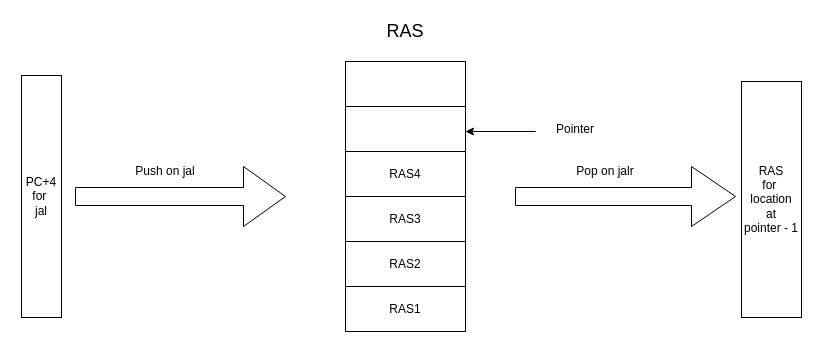
Before: ras.drawio in happy-lx/drawio, a draw.io diagram. Source tidied: cells renumbered, new cells numbered last; positions are measured from the earlier drawing's top-left corner, leaving out a move shared by most shapes. Both pictures are drawn from the tidied source at 100%, with x=0, y=0 at pixel (21, 21).
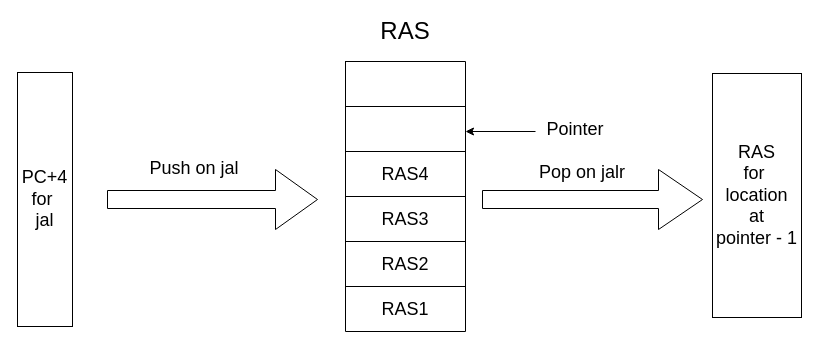
The same page after the edit.

Unchanged cells that the change refers to:
```xml
<mxCell id="7" style="shape=partialRectangle;html=1;whiteSpace=wrap;fillColor=none;top=0;left=0;bottom=0;right=0;" parent="2" vertex="1">
  <mxGeometry y="90" width="120" height="45" as="geometry" />
</mxCell>
<mxCell id="9" style="shape=partialRectangle;html=1;whiteSpace=wrap;fillColor=none;top=0;left=0;bottom=0;right=0;" parent="2" vertex="1">
  <mxGeometry y="135" width="120" height="45" as="geometry" />
</mxCell>
<mxCell id="11" style="shape=partialRectangle;html=1;whiteSpace=wrap;fillColor=none;top=0;left=0;bottom=0;right=0;" parent="2" vertex="1">
  <mxGeometry y="180" width="120" height="45" as="geometry" />
</mxCell>
<mxCell id="13" style="shape=partialRectangle;html=1;whiteSpace=wrap;fillColor=none;top=0;left=0;bottom=0;right=0;" parent="2" vertex="1">
  <mxGeometry y="225" width="120" height="45" as="geometry" />
</mxCell>
```

What changed in the source:
```diff
@@
-    <mxCell id="8" value="RAS4" style="shape=partialRectangle;html=1;whiteSpace=wrap;fillColor=none;top=0;left=0;bottom=0;right=0;overflow=hidden;" parent="7" vertex="1">
+    <mxCell id="8" value="&lt;font style=&quot;font-size: 18px&quot;&gt;RAS4&lt;/font&gt;" style="shape=partialRectangle;html=1;whiteSpace=wrap;fillColor=none;top=0;left=0;bottom=0;right=0;overflow=hidden;" parent="7" vertex="1">
       <mxGeometry width="120" height="45" as="geometry" />
     </mxCell>
@@
-    <mxCell id="10" value="RAS3" style="shape=partialRectangle;html=1;whiteSpace=wrap;fillColor=none;top=0;left=0;bottom=0;right=0;overflow=hidden;" parent="9" vertex="1">
+    <mxCell id="10" value="&lt;font style=&quot;font-size: 18px&quot;&gt;RAS3&lt;/font&gt;" style="shape=partialRectangle;html=1;whiteSpace=wrap;fillColor=none;top=0;left=0;bottom=0;right=0;overflow=hidden;" parent="9" vertex="1">
       <mxGeometry width="120" height="45" as="geometry" />
     </mxCell>
@@
-    <mxCell id="12" value="RAS2" style="shape=partialRectangle;html=1;whiteSpace=wrap;fillColor=none;top=0;left=0;bottom=0;right=0;overflow=hidden;" parent="11" vertex="1">
+    <mxCell id="12" value="&lt;font style=&quot;font-size: 18px&quot;&gt;RAS2&lt;/font&gt;" style="shape=partialRectangle;html=1;whiteSpace=wrap;fillColor=none;top=0;left=0;bottom=0;right=0;overflow=hidden;" parent="11" vertex="1">
       <mxGeometry width="120" height="45" as="geometry" />
     </mxCell>
@@
-    <mxCell id="14" value="RAS1" style="shape=partialRectangle;html=1;whiteSpace=wrap;fillColor=none;top=0;left=0;bottom=0;right=0;overflow=hidden;" parent="13" vertex="1">
+    <mxCell id="14" value="&lt;font style=&quot;font-size: 18px&quot;&gt;RAS1&lt;/font&gt;" style="shape=partialRectangle;html=1;whiteSpace=wrap;fillColor=none;top=0;left=0;bottom=0;right=0;overflow=hidden;" parent="13" vertex="1">
       <mxGeometry width="120" height="45" as="geometry" />
     </mxCell>
-    <mxCell id="15" value="&lt;font style=&quot;font-size: 18px&quot;&gt;RAS&lt;/font&gt;" style="text;html=1;strokeColor=none;fillColor=none;align=center;verticalAlign=middle;whiteSpace=wrap;rounded=0;" parent="1" vertex="1">
+    <mxCell id="15" value="&lt;font style=&quot;font-size: 24px&quot;&gt;RAS&lt;/font&gt;" style="text;html=1;strokeColor=none;fillColor=none;align=center;verticalAlign=middle;whiteSpace=wrap;rounded=0;" parent="1" vertex="1">
       <mxGeometry x="364" width="40" height="20" as="geometry" />
     </mxCell>
     <mxCell id="16" style="shape=singleArrow;whiteSpace=wrap;html=1;gradientColor=none;" parent="1" vertex="1">
-      <mxGeometry x="54" y="145" width="210" height="60" as="geometry" />
+      <mxGeometry x="86" y="148" width="210" height="60" as="geometry" />
     </mxCell>
-    <mxCell id="17" value="Push on jal" style="text;html=1;strokeColor=none;fillColor=none;align=center;verticalAlign=middle;whiteSpace=wrap;rounded=0;" parent="1" vertex="1">
-      <mxGeometry x="94" y="140" width="100" height="20" as="geometry" />
+    <mxCell id="17" value="&lt;font style=&quot;font-size: 18px&quot;&gt;Push on jal&lt;/font&gt;" style="text;html=1;strokeColor=none;fillColor=none;align=center;verticalAlign=middle;whiteSpace=wrap;rounded=0;" parent="1" vertex="1">
+      <mxGeometry x="123" y="137" width="100" height="20" as="geometry" />
     </mxCell>
     <mxCell id="18" style="shape=singleArrow;whiteSpace=wrap;html=1;gradientColor=none;" parent="1" vertex="1">
-      <mxGeometry x="494" y="145" width="220" height="60" as="geometry" />
+      <mxGeometry x="461" y="148" width="220" height="60" as="geometry" />
     </mxCell>
-    <mxCell id="19" value="Pop on jalr" style="text;html=1;strokeColor=none;fillColor=none;align=center;verticalAlign=middle;whiteSpace=wrap;rounded=0;" parent="1" vertex="1">
-      <mxGeometry x="534" y="140" width="100" height="20" as="geometry" />
+    <mxCell id="19" value="&lt;font style=&quot;font-size: 18px&quot;&gt;Pop on jalr&lt;/font&gt;" style="text;html=1;strokeColor=none;fillColor=none;align=center;verticalAlign=middle;whiteSpace=wrap;rounded=0;" parent="1" vertex="1">
+      <mxGeometry x="511" y="141" width="100" height="20" as="geometry" />
     </mxCell>
@@
-    <mxCell id="21" value="Pointer" style="text;html=1;strokeColor=none;fillColor=none;align=center;verticalAlign=middle;whiteSpace=wrap;rounded=0;" parent="1" vertex="1">
+    <mxCell id="21" value="&lt;font style=&quot;font-size: 18px&quot;&gt;Pointer&lt;/font&gt;" style="text;html=1;strokeColor=none;fillColor=none;align=center;verticalAlign=middle;whiteSpace=wrap;rounded=0;" parent="1" vertex="1">
       <mxGeometry x="534" y="98" width="40" height="20" as="geometry" />
     </mxCell>
-    <mxCell id="22" value="PC+4 for&amp;nbsp;&lt;br&gt;jal" style="rounded=0;whiteSpace=wrap;html=1;gradientColor=none;" parent="1" vertex="1">
-      <mxGeometry y="54" width="40" height="242" as="geometry" />
+    <mxCell id="22" value="&lt;font style=&quot;font-size: 18px&quot;&gt;PC+4 for&amp;nbsp;&lt;br&gt;jal&lt;/font&gt;" style="rounded=0;whiteSpace=wrap;html=1;gradientColor=none;" parent="1" vertex="1">
+      <mxGeometry x="-4" y="51" width="55" height="254" as="geometry" />
     </mxCell>
-    <mxCell id="23" value="RAS&lt;br&gt;for&amp;nbsp;&lt;br&gt;location&lt;br&gt;at&lt;br&gt;pointer - 1" style="rounded=0;whiteSpace=wrap;html=1;gradientColor=none;" parent="1" vertex="1">
-      <mxGeometry x="720" y="60" width="60" height="236" as="geometry" />
+    <mxCell id="23" value="&lt;font style=&quot;font-size: 18px&quot;&gt;RAS&lt;br&gt;for&amp;nbsp;&lt;br&gt;location&lt;br&gt;at&lt;br&gt;pointer - 1&lt;/font&gt;" style="rounded=0;whiteSpace=wrap;html=1;gradientColor=none;" parent="1" vertex="1">
+      <mxGeometry x="691" y="52" width="89" height="244" as="geometry" />
     </mxCell>
```
